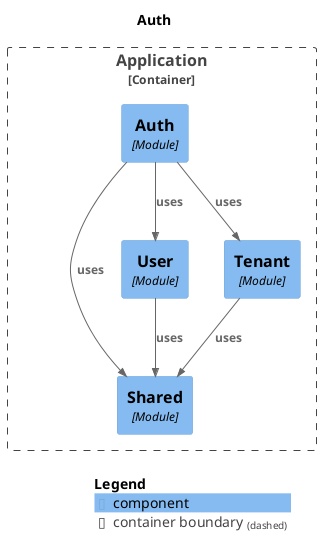
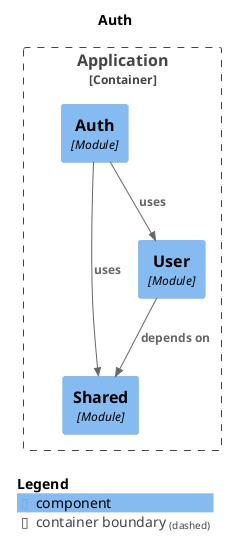
@startuml
set separator none
title Auth

top to bottom direction

!include <C4/C4>
!include <C4/C4_Context>
!include <C4/C4_Component>

Container_Boundary("Application.Application_boundary", "Application", $tags="") {
-   Component(Application.Application.Auth, "Auth", $techn="Module", $descr="", $tags="", $link="")
  Component(Application.Application.Shared, "Shared", $techn="Module", $descr="", $tags="", $link="")
  Component(Application.Application.User, "User", $techn="Module", $descr="", $tags="", $link="")
-   Component(Application.Application.Tenant, "Tenant", $techn="Module", $descr="", $tags="", $link="")
+   Component(Application.Application.Auth, "Auth", $techn="Module", $descr="", $tags="", $link="")
}

- Rel(Application.Application.Tenant, Application.Application.Shared, "uses", $techn="", $tags="", $link="")
- Rel(Application.Application.User, Application.Application.Shared, "uses", $techn="", $tags="", $link="")
Rel(Application.Application.Auth, Application.Application.User, "uses", $techn="", $tags="", $link="")
- Rel(Application.Application.Auth, Application.Application.Tenant, "uses", $techn="", $tags="", $link="")
Rel(Application.Application.Auth, Application.Application.Shared, "uses", $techn="", $tags="", $link="")
+ Rel(Application.Application.User, Application.Application.Shared, "depends on", $techn="", $tags="", $link="")

SHOW_LEGEND(true)
@enduml